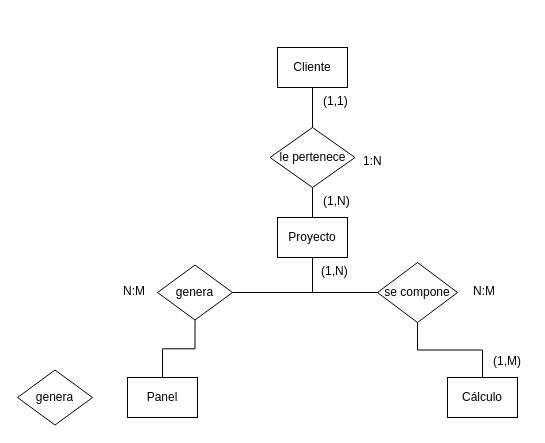
Above: src/main/resources/APIRest.drawio in kikepb7/EnergiaSolar_Hibernate (draw.io), before the change. Source tidied: cells renumbered, new cells numbered last; positions are measured from the earlier drawing's top-left corner, leaving out a move shared by most shapes. Both pictures are drawn from the tidied source at 100%, with x=0, y=0 at pixel (17, 47).
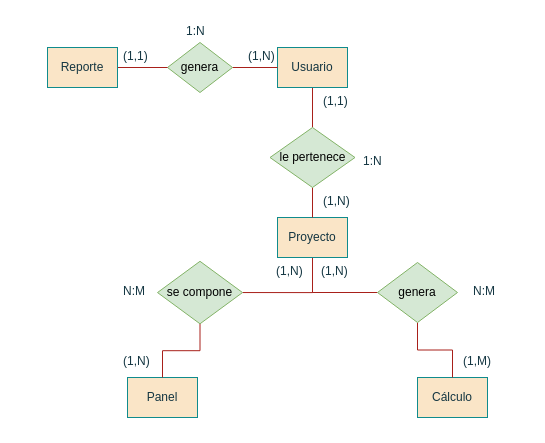
Above is the later version.

Commit message (it also covers changes not shown here):
Creación de entidades y relaciones entre ellas

Diff of the diagram source:
```diff
@@
-    <mxCell id="2" value="Panel" style="rounded=0;whiteSpace=wrap;html=1;" parent="1" vertex="1">
+    <mxCell id="2" value="Panel" style="rounded=0;whiteSpace=wrap;html=1;labelBackgroundColor=none;fillColor=#FAE5C7;strokeColor=#0F8B8D;fontColor=#143642;" parent="1" vertex="1">
       <mxGeometry x="110" y="330" width="70" height="40" as="geometry" />
     </mxCell>
-    <mxCell id="3" style="edgeStyle=orthogonalEdgeStyle;rounded=0;jettySize=auto;html=1;exitX=0.5;exitY=1;exitDx=0;exitDy=0;entryX=0.5;entryY=0;entryDx=0;entryDy=0;endArrow=none;endFill=0;" parent="1" edge="1" source="4" target="10">
+    <mxCell id="3" style="edgeStyle=orthogonalEdgeStyle;rounded=0;jettySize=auto;html=1;exitX=0.5;exitY=1;exitDx=0;exitDy=0;entryX=0.5;entryY=0;entryDx=0;entryDy=0;endArrow=none;endFill=0;labelBackgroundColor=none;strokeColor=#A8201A;fontColor=default;" parent="1" edge="1" source="4" target="10">
       <mxGeometry relative="1" as="geometry" />
     </mxCell>
-    <mxCell id="4" value="Cliente" style="rounded=0;whiteSpace=wrap;html=1;" parent="1" vertex="1">
+    <mxCell id="4" value="Usuario" style="rounded=0;whiteSpace=wrap;html=1;labelBackgroundColor=none;fillColor=#FAE5C7;strokeColor=#0F8B8D;fontColor=#143642;" parent="1" vertex="1">
       <mxGeometry x="260" width="70" height="40" as="geometry" />
     </mxCell>
-    <mxCell id="5" style="edgeStyle=orthogonalEdgeStyle;rounded=0;jettySize=auto;html=1;exitX=0.5;exitY=1;exitDx=0;exitDy=0;entryX=1;entryY=0.5;entryDx=0;entryDy=0;endArrow=none;endFill=0;" parent="1" edge="1" source="7" target="12">
+    <mxCell id="5" style="edgeStyle=orthogonalEdgeStyle;rounded=0;jettySize=auto;html=1;exitX=0.5;exitY=1;exitDx=0;exitDy=0;entryX=1;entryY=0.5;entryDx=0;entryDy=0;endArrow=none;endFill=0;labelBackgroundColor=none;strokeColor=#A8201A;fontColor=default;" parent="1" edge="1" source="7" target="12">
       <mxGeometry relative="1" as="geometry" />
     </mxCell>
-    <mxCell id="6" style="edgeStyle=orthogonalEdgeStyle;rounded=0;jettySize=auto;html=1;exitX=0.5;exitY=1;exitDx=0;exitDy=0;entryX=0;entryY=0.5;entryDx=0;entryDy=0;endArrow=none;endFill=0;" parent="1" edge="1" source="7" target="14">
+    <mxCell id="6" style="edgeStyle=orthogonalEdgeStyle;rounded=0;jettySize=auto;html=1;exitX=0.5;exitY=1;exitDx=0;exitDy=0;entryX=0;entryY=0.5;entryDx=0;entryDy=0;endArrow=none;endFill=0;labelBackgroundColor=none;strokeColor=#A8201A;fontColor=default;" parent="1" edge="1" source="7" target="14">
       <mxGeometry relative="1" as="geometry" />
     </mxCell>
-    <mxCell id="7" value="Proyecto" style="rounded=0;whiteSpace=wrap;html=1;" parent="1" vertex="1">
+    <mxCell id="7" value="Proyecto" style="rounded=0;whiteSpace=wrap;html=1;labelBackgroundColor=none;fillColor=#FAE5C7;strokeColor=#0F8B8D;fontColor=#143642;" parent="1" vertex="1">
       <mxGeometry x="260" y="170" width="70" height="40" as="geometry" />
     </mxCell>
-    <mxCell id="8" value="Cálculo" style="rounded=0;whiteSpace=wrap;html=1;" parent="1" vertex="1">
-      <mxGeometry x="430" y="330" width="70" height="40" as="geometry" />
+    <mxCell id="8" value="Cálculo" style="rounded=0;whiteSpace=wrap;html=1;labelBackgroundColor=none;fillColor=#FAE5C7;strokeColor=#0F8B8D;fontColor=#143642;" parent="1" vertex="1">
+      <mxGeometry x="400" y="330" width="70" height="40" as="geometry" />
     </mxCell>
-    <mxCell id="9" style="edgeStyle=orthogonalEdgeStyle;rounded=0;jettySize=auto;html=1;exitX=0.5;exitY=1;exitDx=0;exitDy=0;entryX=0.5;entryY=0;entryDx=0;entryDy=0;endArrow=none;endFill=0;" parent="1" edge="1" source="10" target="7">
+    <mxCell id="9" style="edgeStyle=orthogonalEdgeStyle;rounded=0;jettySize=auto;html=1;exitX=0.5;exitY=1;exitDx=0;exitDy=0;entryX=0.5;entryY=0;entryDx=0;entryDy=0;endArrow=none;endFill=0;labelBackgroundColor=none;strokeColor=#A8201A;fontColor=default;" parent="1" edge="1" source="10" target="7">
       <mxGeometry relative="1" as="geometry" />
     </mxCell>
-    <mxCell id="10" value="le pertenece" style="shape=rhombus;perimeter=rhombusPerimeter;whiteSpace=wrap;html=1;align=center;" parent="1" vertex="1">
+    <mxCell id="10" value="le pertenece" style="shape=rhombus;perimeter=rhombusPerimeter;whiteSpace=wrap;html=1;align=center;labelBackgroundColor=none;fillColor=#d5e8d4;strokeColor=#82b366;" parent="1" vertex="1">
       <mxGeometry x="252.5" y="80" width="85" height="60" as="geometry" />
     </mxCell>
-    <mxCell id="11" style="edgeStyle=orthogonalEdgeStyle;rounded=0;jettySize=auto;html=1;exitX=0.5;exitY=1;exitDx=0;exitDy=0;entryX=0.5;entryY=0;entryDx=0;entryDy=0;endArrow=none;endFill=0;" parent="1" edge="1" source="12" target="2">
+    <mxCell id="11" style="edgeStyle=orthogonalEdgeStyle;rounded=0;jettySize=auto;html=1;exitX=0.5;exitY=1;exitDx=0;exitDy=0;entryX=0.5;entryY=0;entryDx=0;entryDy=0;endArrow=none;endFill=0;labelBackgroundColor=none;strokeColor=#A8201A;fontColor=default;" parent="1" edge="1" source="12" target="2">
       <mxGeometry relative="1" as="geometry" />
     </mxCell>
-    <mxCell id="12" value="genera" style="shape=rhombus;perimeter=rhombusPerimeter;whiteSpace=wrap;html=1;align=center;" parent="1" vertex="1">
-      <mxGeometry x="140" y="217.5" width="75" height="55" as="geometry" />
+    <mxCell id="12" value="se compone" style="shape=rhombus;perimeter=rhombusPerimeter;whiteSpace=wrap;html=1;align=center;labelBackgroundColor=none;fillColor=#d5e8d4;strokeColor=#82b366;" parent="1" vertex="1">
+      <mxGeometry x="140" y="213.8" width="85" height="62.5" as="geometry" />
     </mxCell>
-    <mxCell id="13" style="edgeStyle=orthogonalEdgeStyle;rounded=0;jettySize=auto;html=1;exitX=0.5;exitY=1;exitDx=0;exitDy=0;entryX=0.5;entryY=0;entryDx=0;entryDy=0;endArrow=none;endFill=0;" parent="1" edge="1" source="14" target="8">
+    <mxCell id="13" style="edgeStyle=orthogonalEdgeStyle;rounded=0;jettySize=auto;html=1;exitX=0.5;exitY=1;exitDx=0;exitDy=0;entryX=0.5;entryY=0;entryDx=0;entryDy=0;endArrow=none;endFill=0;labelBackgroundColor=none;strokeColor=#A8201A;fontColor=default;" parent="1" edge="1" source="14" target="8">
       <mxGeometry relative="1" as="geometry" />
     </mxCell>
-    <mxCell id="14" value="se compone" style="shape=rhombus;perimeter=rhombusPerimeter;whiteSpace=wrap;html=1;align=center;" parent="1" vertex="1">
+    <mxCell id="14" value="genera" style="shape=rhombus;perimeter=rhombusPerimeter;whiteSpace=wrap;html=1;align=center;labelBackgroundColor=none;fillColor=#d5e8d4;strokeColor=#82b366;" parent="1" vertex="1">
       <mxGeometry x="360" y="215" width="80" height="60" as="geometry" />
     </mxCell>
-    <mxCell id="15" value="1:N" style="text;strokeColor=none;fillColor=none;spacingLeft=4;spacingRight=4;overflow=hidden;fontSize=12;whiteSpace=wrap;html=1;" parent="1" vertex="1">
+    <mxCell id="15" value="1:N" style="text;strokeColor=none;fillColor=none;spacingLeft=4;spacingRight=4;overflow=hidden;fontSize=12;whiteSpace=wrap;html=1;labelBackgroundColor=none;fontColor=#143642;" parent="1" vertex="1">
       <mxGeometry x="340" y="100" width="40" height="30" as="geometry" />
     </mxCell>
-    <mxCell id="16" value="N:M" style="text;strokeColor=none;fillColor=none;spacingLeft=4;spacingRight=4;overflow=hidden;fontSize=12;whiteSpace=wrap;html=1;" parent="1" vertex="1">
+    <mxCell id="16" value="N:M" style="text;strokeColor=none;fillColor=none;spacingLeft=4;spacingRight=4;overflow=hidden;fontSize=12;whiteSpace=wrap;html=1;labelBackgroundColor=none;fontColor=#143642;" parent="1" vertex="1">
       <mxGeometry x="450" y="230" width="40" height="30" as="geometry" />
     </mxCell>
-    <mxCell id="17" value="N:M" style="text;strokeColor=none;fillColor=none;spacingLeft=4;spacingRight=4;overflow=hidden;fontSize=12;whiteSpace=wrap;html=1;" parent="1" vertex="1">
+    <mxCell id="17" value="N:M" style="text;strokeColor=none;fillColor=none;spacingLeft=4;spacingRight=4;overflow=hidden;fontSize=12;whiteSpace=wrap;html=1;labelBackgroundColor=none;fontColor=#143642;" parent="1" vertex="1">
       <mxGeometry x="100" y="230" width="40" height="30" as="geometry" />
     </mxCell>
-    <mxCell id="18" value="genera" style="shape=rhombus;perimeter=rhombusPerimeter;whiteSpace=wrap;html=1;align=center;" parent="1" vertex="1">
-      <mxGeometry y="322.5" width="75" height="55" as="geometry" />
-    </mxCell>
-    <mxCell id="19" value="(1,1)" style="text;strokeColor=none;fillColor=none;spacingLeft=4;spacingRight=4;overflow=hidden;fontSize=12;whiteSpace=wrap;html=1;" parent="1" vertex="1">
+    <mxCell id="19" value="(1,1)" style="text;strokeColor=none;fillColor=none;spacingLeft=4;spacingRight=4;overflow=hidden;fontSize=12;whiteSpace=wrap;html=1;labelBackgroundColor=none;fontColor=#143642;" parent="1" vertex="1">
       <mxGeometry x="300" y="40" width="40" height="30" as="geometry" />
     </mxCell>
-    <mxCell id="20" value="(1,N)" style="text;strokeColor=none;fillColor=none;spacingLeft=4;spacingRight=4;overflow=hidden;fontSize=12;whiteSpace=wrap;html=1;" parent="1" vertex="1">
+    <mxCell id="20" value="(1,N)" style="text;strokeColor=none;fillColor=none;spacingLeft=4;spacingRight=4;overflow=hidden;fontSize=12;whiteSpace=wrap;html=1;labelBackgroundColor=none;fontColor=#143642;" parent="1" vertex="1">
       <mxGeometry x="300" y="140" width="40" height="30" as="geometry" />
     </mxCell>
-    <mxCell id="21" value="(1,N)" style="text;strokeColor=none;fillColor=none;spacingLeft=4;spacingRight=4;overflow=hidden;fontSize=12;whiteSpace=wrap;html=1;" parent="1" vertex="1">
+    <mxCell id="21" value="(1,N)" style="text;strokeColor=none;fillColor=none;spacingLeft=4;spacingRight=4;overflow=hidden;fontSize=12;whiteSpace=wrap;html=1;labelBackgroundColor=none;fontColor=#143642;" parent="1" vertex="1">
       <mxGeometry x="297.5" y="210" width="40" height="30" as="geometry" />
     </mxCell>
-    <mxCell id="22" value="(1,M)" style="text;strokeColor=none;fillColor=none;spacingLeft=4;spacingRight=4;overflow=hidden;fontSize=12;whiteSpace=wrap;html=1;" parent="1" vertex="1">
-      <mxGeometry x="470" y="300" width="40" height="30" as="geometry" />
+    <mxCell id="22" value="(1,M)" style="text;strokeColor=none;fillColor=none;spacingLeft=4;spacingRight=4;overflow=hidden;fontSize=12;whiteSpace=wrap;html=1;labelBackgroundColor=none;fontColor=#143642;" parent="1" vertex="1">
+      <mxGeometry x="440" y="300" width="40" height="30" as="geometry" />
     </mxCell>
+    <mxCell id="23" style="edgeStyle=orthogonalEdgeStyle;rounded=0;jettySize=auto;html=1;exitX=1;exitY=0.5;exitDx=0;exitDy=0;entryX=0;entryY=0.5;entryDx=0;entryDy=0;endArrow=none;endFill=0;labelBackgroundColor=none;strokeColor=#A8201A;fontColor=default;" parent="1" edge="1" source="18" target="4">
+      <mxGeometry relative="1" as="geometry" />
+    </mxCell>
+    <mxCell id="18" value="genera" style="shape=rhombus;perimeter=rhombusPerimeter;whiteSpace=wrap;html=1;align=center;labelBackgroundColor=none;fillColor=#d5e8d4;strokeColor=#82b366;" parent="1" vertex="1">
+      <mxGeometry x="150" y="-5" width="65" height="50" as="geometry" />
+    </mxCell>
+    <mxCell id="24" style="edgeStyle=orthogonalEdgeStyle;rounded=0;jettySize=auto;html=1;exitX=1;exitY=0.5;exitDx=0;exitDy=0;entryX=0;entryY=0.5;entryDx=0;entryDy=0;endArrow=none;endFill=0;labelBackgroundColor=none;strokeColor=#A8201A;fontColor=default;" parent="1" edge="1" source="25" target="18">
+      <mxGeometry relative="1" as="geometry" />
+    </mxCell>
+    <mxCell id="25" value="Reporte" style="rounded=0;whiteSpace=wrap;html=1;labelBackgroundColor=none;fillColor=#FAE5C7;strokeColor=#0F8B8D;fontColor=#143642;" parent="1" vertex="1">
+      <mxGeometry x="30" width="70" height="40" as="geometry" />
+    </mxCell>
+    <mxCell id="26" value="1:N" style="text;strokeColor=none;fillColor=none;spacingLeft=4;spacingRight=4;overflow=hidden;fontSize=12;whiteSpace=wrap;html=1;labelBackgroundColor=none;fontColor=#143642;" parent="1" vertex="1">
+      <mxGeometry x="162.5" y="-30" width="40" height="30" as="geometry" />
+    </mxCell>
+    <mxCell id="27" value="(1,N)" style="text;strokeColor=none;fillColor=none;spacingLeft=4;spacingRight=4;overflow=hidden;fontSize=12;whiteSpace=wrap;html=1;labelBackgroundColor=none;fontColor=#143642;" parent="1" vertex="1">
+      <mxGeometry x="225" y="-5" width="40" height="30" as="geometry" />
+    </mxCell>
+    <mxCell id="28" value="(1,1)" style="text;strokeColor=none;fillColor=none;spacingLeft=4;spacingRight=4;overflow=hidden;fontSize=12;whiteSpace=wrap;html=1;labelBackgroundColor=none;fontColor=#143642;" parent="1" vertex="1">
+      <mxGeometry x="100" y="-5" width="40" height="30" as="geometry" />
+    </mxCell>
+    <mxCell id="29" value="(1,N)" style="text;strokeColor=none;fillColor=none;spacingLeft=4;spacingRight=4;overflow=hidden;fontSize=12;whiteSpace=wrap;html=1;labelBackgroundColor=none;fontColor=#143642;" parent="1" vertex="1">
+      <mxGeometry x="252.5" y="210" width="40" height="30" as="geometry" />
+    </mxCell>
+    <mxCell id="30" value="(1,N)" style="text;strokeColor=none;fillColor=none;spacingLeft=4;spacingRight=4;overflow=hidden;fontSize=12;whiteSpace=wrap;html=1;labelBackgroundColor=none;fontColor=#143642;" parent="1" vertex="1">
+      <mxGeometry x="100" y="300" width="40" height="30" as="geometry" />
+    </mxCell>
```
